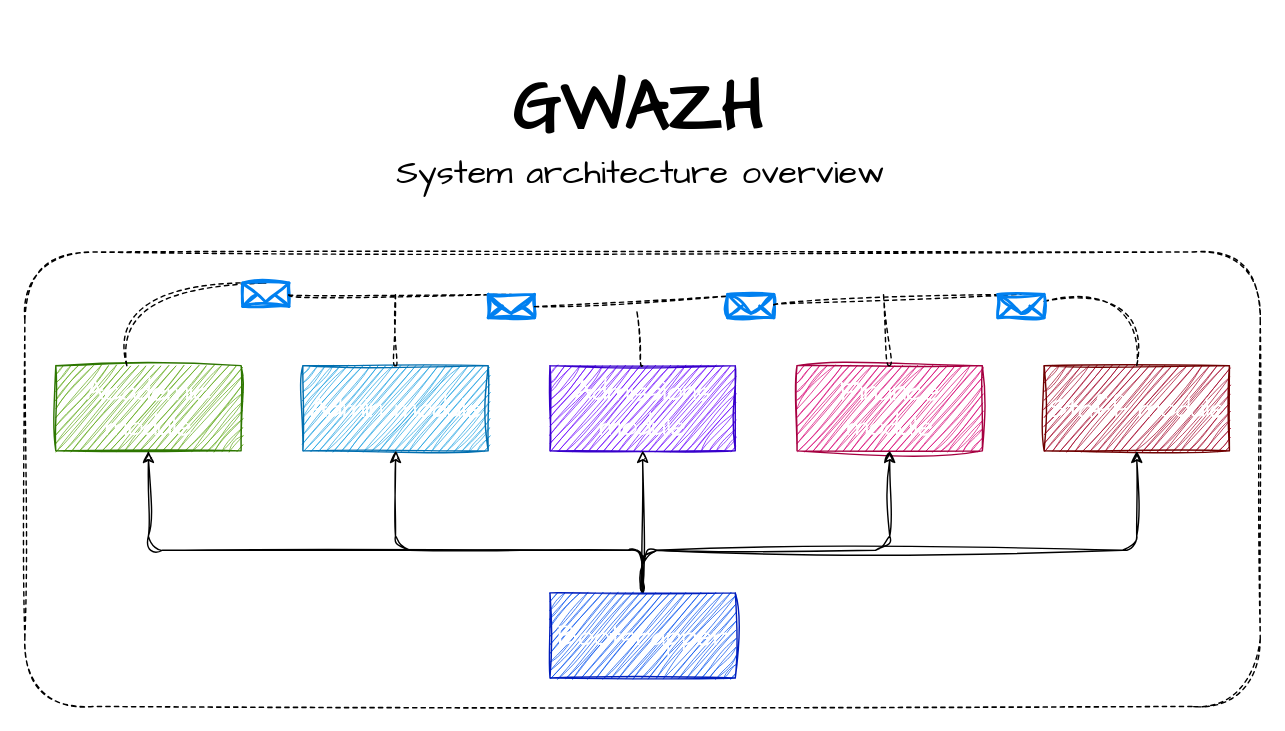
This is docs/system-overview.drawio from vince-nyanga/gwazh-modular-monolith, a draw.io file, before an edit. Source tidied: cells renumbered, new cells numbered last; positions are measured from the earlier drawing's top-left corner, leaving out a move shared by most shapes. Both pictures are drawn from the tidied source at 142%, with x=0, y=0 at pixel (24, 38).
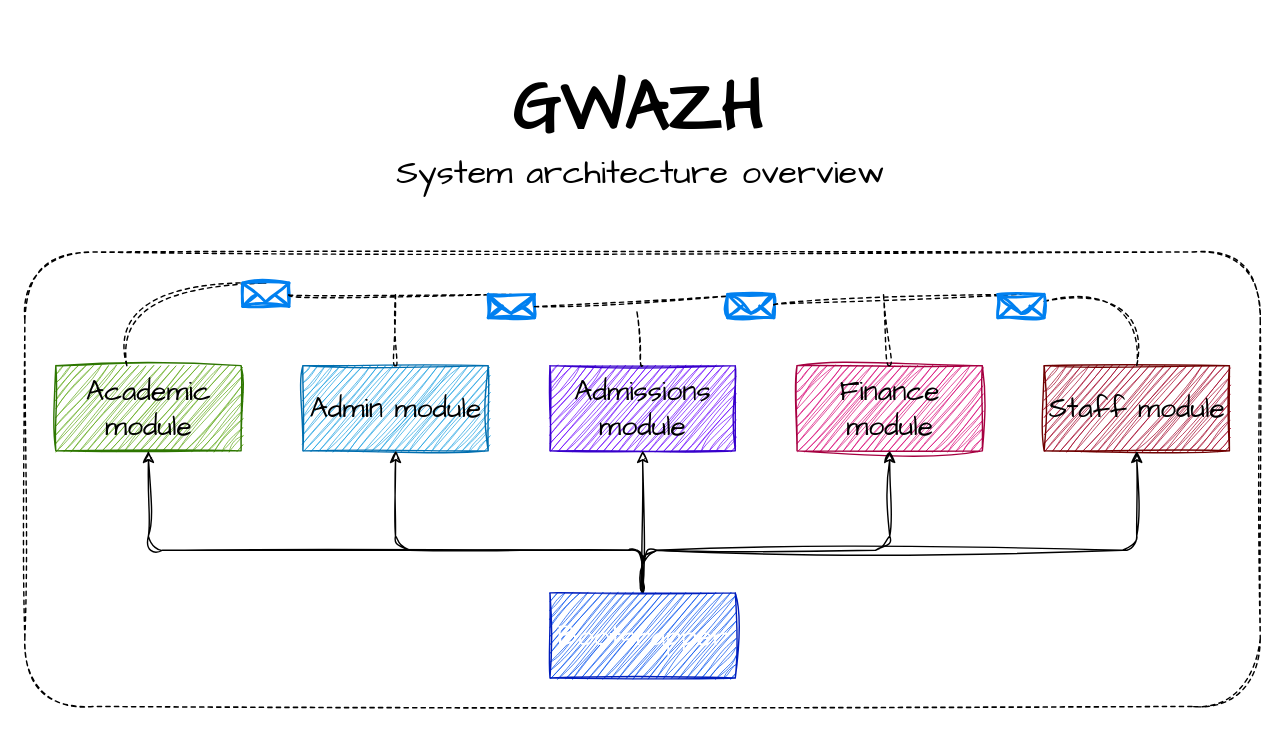
The same diagram, later.

The change refers to these unchanged cells:
```xml
<mxCell id="6" style="group;" parent="4" vertex="1">
  <mxGeometry x="21.8" y="20" width="826.5" height="280" as="geometry" />
</mxCell>
```

Change to the diagram source:
```diff
@@
-    <mxCell id="7" value="Academic module" style="rounded=0;whiteSpace=wrap;html=1;sketch=1;hachureGap=4;jiggle=2;curveFitting=1;fontFamily=Architects Daughter;fontSize=20;fillColor=#60a917;fontColor=#ffffff;strokeColor=#2D7600;" parent="6" vertex="1">
+    <mxCell id="7" value="&lt;font color=&quot;#000000&quot;&gt;Academic module&lt;/font&gt;" style="rounded=0;whiteSpace=wrap;html=1;sketch=1;hachureGap=4;jiggle=2;curveFitting=1;fontFamily=Architects Daughter;fontSize=20;fillColor=#60a917;fontColor=#ffffff;strokeColor=#2D7600;" parent="6" vertex="1">
       <mxGeometry y="60" width="130.5" height="60" as="geometry" />
     </mxCell>
-    <mxCell id="8" value="Admissions module" style="rounded=0;whiteSpace=wrap;html=1;sketch=1;hachureGap=4;jiggle=2;curveFitting=1;fontFamily=Architects Daughter;fontSize=20;fillColor=#6a00ff;fontColor=#ffffff;strokeColor=#3700CC;" parent="6" vertex="1">
+    <mxCell id="8" value="&lt;font color=&quot;#000000&quot;&gt;Admissions module&lt;/font&gt;" style="rounded=0;whiteSpace=wrap;html=1;sketch=1;hachureGap=4;jiggle=2;curveFitting=1;fontFamily=Architects Daughter;fontSize=20;fillColor=#6a00ff;fontColor=#ffffff;strokeColor=#3700CC;" parent="6" vertex="1">
       <mxGeometry x="348" y="60" width="130.5" height="60" as="geometry" />
     </mxCell>
-    <mxCell id="9" value="Finance module" style="rounded=0;whiteSpace=wrap;html=1;sketch=1;hachureGap=4;jiggle=2;curveFitting=1;fontFamily=Architects Daughter;fontSize=20;fillColor=#d80073;fontColor=#ffffff;strokeColor=#A50040;" parent="6" vertex="1">
+    <mxCell id="9" value="&lt;font color=&quot;#000000&quot;&gt;Finance module&lt;/font&gt;" style="rounded=0;whiteSpace=wrap;html=1;sketch=1;hachureGap=4;jiggle=2;curveFitting=1;fontFamily=Architects Daughter;fontSize=20;fillColor=#d80073;fontColor=#ffffff;strokeColor=#A50040;" parent="6" vertex="1">
       <mxGeometry x="522" y="60" width="130.5" height="60" as="geometry" />
     </mxCell>
-    <mxCell id="10" value="Staff module" style="rounded=0;whiteSpace=wrap;html=1;sketch=1;hachureGap=4;jiggle=2;curveFitting=1;fontFamily=Architects Daughter;fontSize=20;fillColor=#a20025;fontColor=#ffffff;strokeColor=#6F0000;" parent="6" vertex="1">
+    <mxCell id="10" value="&lt;font color=&quot;#000000&quot;&gt;Staff module&lt;/font&gt;" style="rounded=0;whiteSpace=wrap;html=1;sketch=1;hachureGap=4;jiggle=2;curveFitting=1;fontFamily=Architects Daughter;fontSize=20;fillColor=#a20025;fontColor=#ffffff;strokeColor=#6F0000;" parent="6" vertex="1">
       <mxGeometry x="696" y="60" width="130.5" height="60" as="geometry" />
     </mxCell>
-    <mxCell id="11" value="Admin module" style="rounded=0;whiteSpace=wrap;html=1;sketch=1;hachureGap=4;jiggle=2;curveFitting=1;fontFamily=Architects Daughter;fontSize=20;fillColor=#1ba1e2;fontColor=#ffffff;strokeColor=#006EAF;" parent="6" vertex="1">
+    <mxCell id="11" value="&lt;font color=&quot;#000000&quot;&gt;Admin module&lt;/font&gt;" style="rounded=0;whiteSpace=wrap;html=1;sketch=1;hachureGap=4;jiggle=2;curveFitting=1;fontFamily=Architects Daughter;fontSize=20;fillColor=#1ba1e2;fontColor=#ffffff;strokeColor=#006EAF;" parent="6" vertex="1">
       <mxGeometry x="174" y="60" width="130.5" height="60" as="geometry" />
     </mxCell>
```
